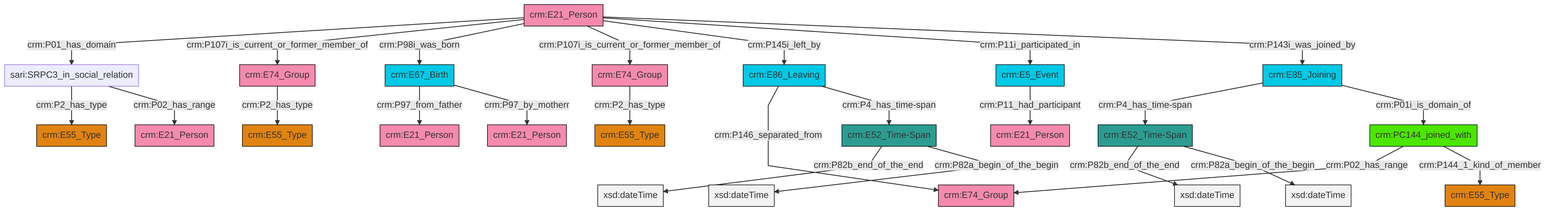
This is et/personCSV/ttl/mmd/png/Person_Actor_Relations.png from swiss-art-research-net/docs.swissartresearch, a Mermaid export, as it was before one commit. Its source is kept beside it as et/personCSV/ttl/mmd/Person_Actor_Relations.ttl.mmd.
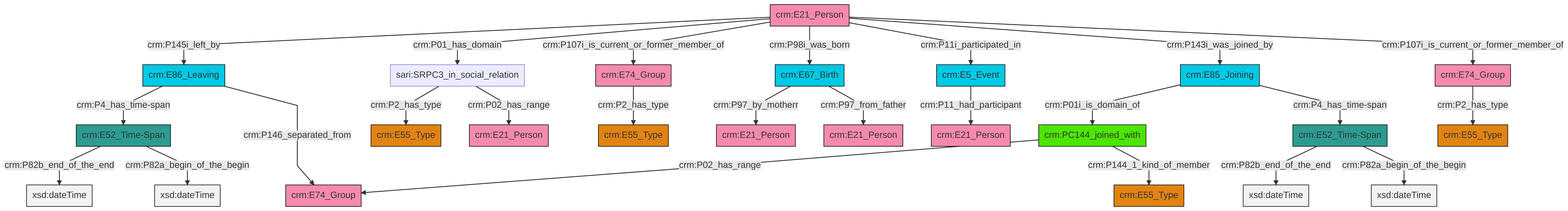
After the commit.

Change to the diagram source:
```diff
@@ -13,27 +13,27 @@
 classDef PC_Classes fill:#4ce600, stroke:#000000;
 classDef Multi fill:#cccccc,stroke:#000000;
 
-6["crm:E21_Person"]:::Actor -->|crm:P01_has_domain| 7["sari:SRPC3_in_social_relation"]:::Default
-6["crm:E21_Person"]:::Actor -->|crm:P107i_is_current_or_former_member_of| 13["crm:E74_Group"]:::Actor
-14["crm:E5_Event"]:::Temporal_Entity -->|crm:P11_had_participant| 15["crm:E21_Person"]:::Actor
-0["crm:E86_Leaving"]:::Temporal_Entity -->|crm:P146_separated_from| 16["crm:E74_Group"]:::Actor
-6["crm:E21_Person"]:::Actor -->|crm:P98i_was_born| 11["crm:E67_Birth"]:::Temporal_Entity
-6["crm:E21_Person"]:::Actor -->|crm:P107i_is_current_or_former_member_of| 17["crm:E74_Group"]:::Actor
-7["sari:SRPC3_in_social_relation"]:::Default -->|crm:P2_has_type| 4["crm:E55_Type"]:::Type
-0["crm:E86_Leaving"]:::Temporal_Entity -->|crm:P4_has_time-span| 19["crm:E52_Time-Span"]:::Time-Span
-13["crm:E74_Group"]:::Actor -->|crm:P2_has_type| 2["crm:E55_Type"]:::Type
-6["crm:E21_Person"]:::Actor -->|crm:P145i_left_by| 0["crm:E86_Leaving"]:::Temporal_Entity
-6["crm:E21_Person"]:::Actor -->|crm:P11i_participated_in| 14["crm:E5_Event"]:::Temporal_Entity
-25["crm:PC144_joined_with"]:::PC_Classes -->|crm:P02_has_range| 16["crm:E74_Group"]:::Actor
-28["crm:E52_Time-Span"]:::Time-Span -->|crm:P82b_end_of_the_end| 30[xsd:dateTime]:::Literal
-19["crm:E52_Time-Span"]:::Time-Span -->|crm:P82b_end_of_the_end| 34[xsd:dateTime]:::Literal
-19["crm:E52_Time-Span"]:::Time-Span -->|crm:P82a_begin_of_the_begin| 35[xsd:dateTime]:::Literal
-36["crm:E85_Joining"]:::Temporal_Entity -->|crm:P4_has_time-span| 28["crm:E52_Time-Span"]:::Time-Span
-28["crm:E52_Time-Span"]:::Time-Span -->|crm:P82a_begin_of_the_begin| 38[xsd:dateTime]:::Literal
-6["crm:E21_Person"]:::Actor -->|crm:P143i_was_joined_by| 36["crm:E85_Joining"]:::Temporal_Entity
-11["crm:E67_Birth"]:::Temporal_Entity -->|crm:P97_from_father| 31["crm:E21_Person"]:::Actor
-36["crm:E85_Joining"]:::Temporal_Entity -->|crm:P01i_is_domain_of| 25["crm:PC144_joined_with"]:::PC_Classes
-11["crm:E67_Birth"]:::Temporal_Entity -->|crm:P97_by_motherr| 43["crm:E21_Person"]:::Actor
-25["crm:PC144_joined_with"]:::PC_Classes -->|crm:P144_1_kind_of_member| 8["crm:E55_Type"]:::Type
-17["crm:E74_Group"]:::Actor -->|crm:P2_has_type| 20["crm:E55_Type"]:::Type
-7["sari:SRPC3_in_social_relation"]:::Default -->|crm:P02_has_range| 41["crm:E21_Person"]:::Actor
+2["crm:E85_Joining"]:::Temporal_Entity -->|crm:P01i_is_domain_of| 3["crm:PC144_joined_with"]:::PC_Classes
+6["crm:E21_Person"]:::Actor -->|crm:P145i_left_by| 7["crm:E86_Leaving"]:::Temporal_Entity
+2["crm:E85_Joining"]:::Temporal_Entity -->|crm:P4_has_time-span| 8["crm:E52_Time-Span"]:::Time-Span
+4["crm:E67_Birth"]:::Temporal_Entity -->|crm:P97_by_motherr| 9["crm:E21_Person"]:::Actor
+8["crm:E52_Time-Span"]:::Time-Span -->|crm:P82b_end_of_the_end| 10[xsd:dateTime]:::Literal
+7["crm:E86_Leaving"]:::Temporal_Entity -->|crm:P4_has_time-span| 13["crm:E52_Time-Span"]:::Time-Span
+8["crm:E52_Time-Span"]:::Time-Span -->|crm:P82a_begin_of_the_begin| 14[xsd:dateTime]:::Literal
+4["crm:E67_Birth"]:::Temporal_Entity -->|crm:P97_from_father| 20["crm:E21_Person"]:::Actor
+21["crm:E5_Event"]:::Temporal_Entity -->|crm:P11_had_participant| 11["crm:E21_Person"]:::Actor
+3["crm:PC144_joined_with"]:::PC_Classes -->|crm:P02_has_range| 22["crm:E74_Group"]:::Actor
+23["crm:E74_Group"]:::Actor -->|crm:P2_has_type| 24["crm:E55_Type"]:::Type
+13["crm:E52_Time-Span"]:::Time-Span -->|crm:P82b_end_of_the_end| 29[xsd:dateTime]:::Literal
+6["crm:E21_Person"]:::Actor -->|crm:P01_has_domain| 26["sari:SRPC3_in_social_relation"]:::Default
+6["crm:E21_Person"]:::Actor -->|crm:P107i_is_current_or_former_member_of| 34["crm:E74_Group"]:::Actor
+6["crm:E21_Person"]:::Actor -->|crm:P98i_was_born| 4["crm:E67_Birth"]:::Temporal_Entity
+6["crm:E21_Person"]:::Actor -->|crm:P11i_participated_in| 21["crm:E5_Event"]:::Temporal_Entity
+34["crm:E74_Group"]:::Actor -->|crm:P2_has_type| 31["crm:E55_Type"]:::Type
+6["crm:E21_Person"]:::Actor -->|crm:P143i_was_joined_by| 2["crm:E85_Joining"]:::Temporal_Entity
+6["crm:E21_Person"]:::Actor -->|crm:P107i_is_current_or_former_member_of| 23["crm:E74_Group"]:::Actor
+26["sari:SRPC3_in_social_relation"]:::Default -->|crm:P2_has_type| 17["crm:E55_Type"]:::Type
+3["crm:PC144_joined_with"]:::PC_Classes -->|crm:P144_1_kind_of_member| 15["crm:E55_Type"]:::Type
+7["crm:E86_Leaving"]:::Temporal_Entity -->|crm:P146_separated_from| 22["crm:E74_Group"]:::Actor
+13["crm:E52_Time-Span"]:::Time-Span -->|crm:P82a_begin_of_the_begin| 44[xsd:dateTime]:::Literal
+26["sari:SRPC3_in_social_relation"]:::Default -->|crm:P02_has_range| 0["crm:E21_Person"]:::Actor
```
